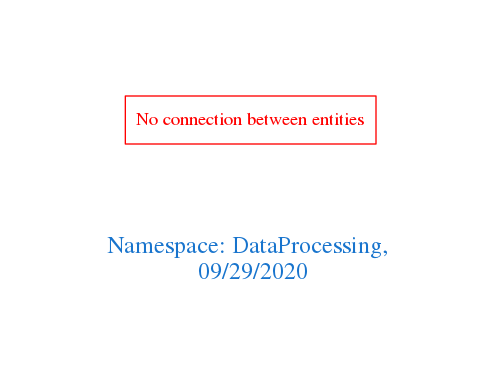
Before: downloads/DataProcessing.png, a diagram exported from Graphviz (arago/OGIT). Its source is kept beside it as downloads/DataProcessing.dot.
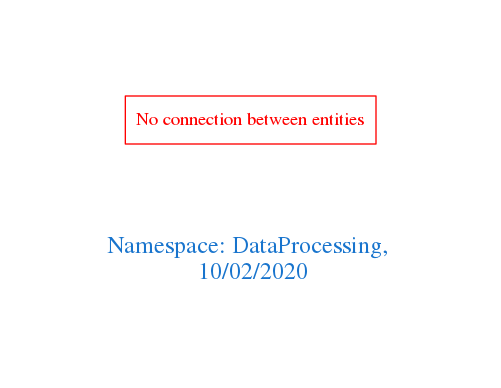
Later version of the same file.

The edit, as a diff of the source:
```diff
@@ -1,7 +1,7 @@
 digraph OGIT_ontology {
  graph [ rankdir= LR,pad=1
 fontsize = 18,
-fontcolor= dodgerblue3,label = "\n\n\nNamespace: DataProcessing, \n 09/29/2020"];
+fontcolor= dodgerblue3,label = "\n\n\nNamespace: DataProcessing, \n 10/02/2020"];
 node[shape=polygon];
 edge [  color="gray81"];
 
```
